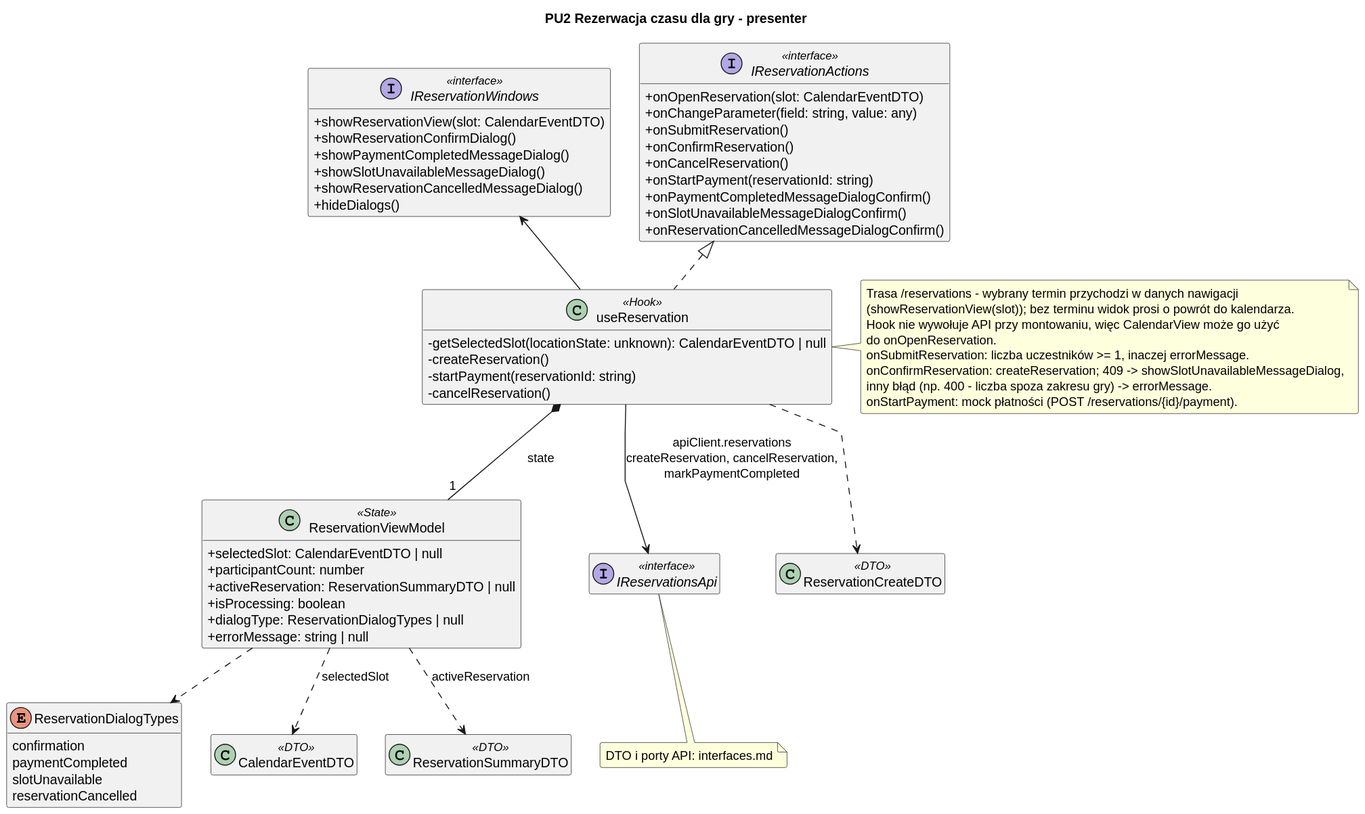
Igor-Ochocki/POP-2026Z keeps this PlantUML diagram as diagrams/frontend/rendered/reservation-presenter.svg. Above is the earlier version. Source of this version:
```plantuml
@startuml
skinparam classAttributeIconSize 0
skinparam packageStyle rectangle
skinparam shadowing false
skinparam roundcorner 4
skinparam linetype polyline
skinparam nodesep 30
skinparam ranksep 40
hide empty members

title PU2 Rezerwacja czasu dla gry - presenter

interface IReservationActions <<interface>> {
    + onOpenReservation(slot: CalendarEventDTO)
    + onChangeParameter(field: string, value: any)
    + onSubmitReservation()
    + onConfirmReservation()
    + onCancelReservation()
    + onStartPayment(reservationId: string)
    + onPaymentCompletedMessageDialogConfirm()
    + onSlotUnavailableMessageDialogConfirm()
    + onReservationCancelledMessageDialogConfirm()
}

interface IReservationWindows <<interface>> {
    + showReservationView(slot: CalendarEventDTO)
    + showReservationConfirmDialog()
    + showPaymentCompletedMessageDialog()
    + showSlotUnavailableMessageDialog()
    + showReservationCancelledMessageDialog()
    + hideDialogs()
}

class useReservation <<Hook>> {
    - getSelectedSlot(locationState: unknown): CalendarEventDTO | null
    - createReservation()
    - startPayment(reservationId: string)
    - cancelReservation()
}

class ReservationViewModel <<State>> {
    + selectedSlot: CalendarEventDTO | null
    + participantCount: number
    + activeReservation: ReservationSummaryDTO | null
    + isProcessing: boolean
    + dialogType: ReservationDialogTypes | null
    + errorMessage: string | null
}

enum ReservationDialogTypes {
    confirmation
    paymentCompleted
    slotUnavailable
    reservationCancelled
}

interface IReservationsApi <<interface>>
class CalendarEventDTO <<DTO>>
class ReservationSummaryDTO <<DTO>>
class ReservationCreateDTO <<DTO>>

useReservation .u.|> IReservationActions
useReservation -u-> IReservationWindows
useReservation *-- "1" ReservationViewModel : state
ReservationViewModel ..> ReservationDialogTypes
ReservationViewModel ..> CalendarEventDTO : selectedSlot
ReservationViewModel ..> ReservationSummaryDTO : activeReservation
useReservation ..> ReservationCreateDTO
useReservation --> IReservationsApi : apiClient.reservations\ncreateReservation, cancelReservation,\nmarkPaymentCompleted

note right of useReservation
    Trasa /reservations - wybrany termin przychodzi w danych nawigacji
    (showReservationView(slot)); bez terminu widok prosi o powrót do kalendarza.
    Hook nie wywołuje API przy montowaniu, więc CalendarView może go użyć
    do onOpenReservation.
    onSubmitReservation: liczba uczestników >= 1, inaczej errorMessage.
    onConfirmReservation: createReservation; 409 -> showSlotUnavailableMessageDialog,
    inny błąd (np. 400 - liczba spoza zakresu gry) -> errorMessage.
    onStartPayment: mock płatności (POST /reservations/{id}/payment).
end note

note bottom of IReservationsApi
    DTO i porty API: interfaces.md
end note
@enduml
```
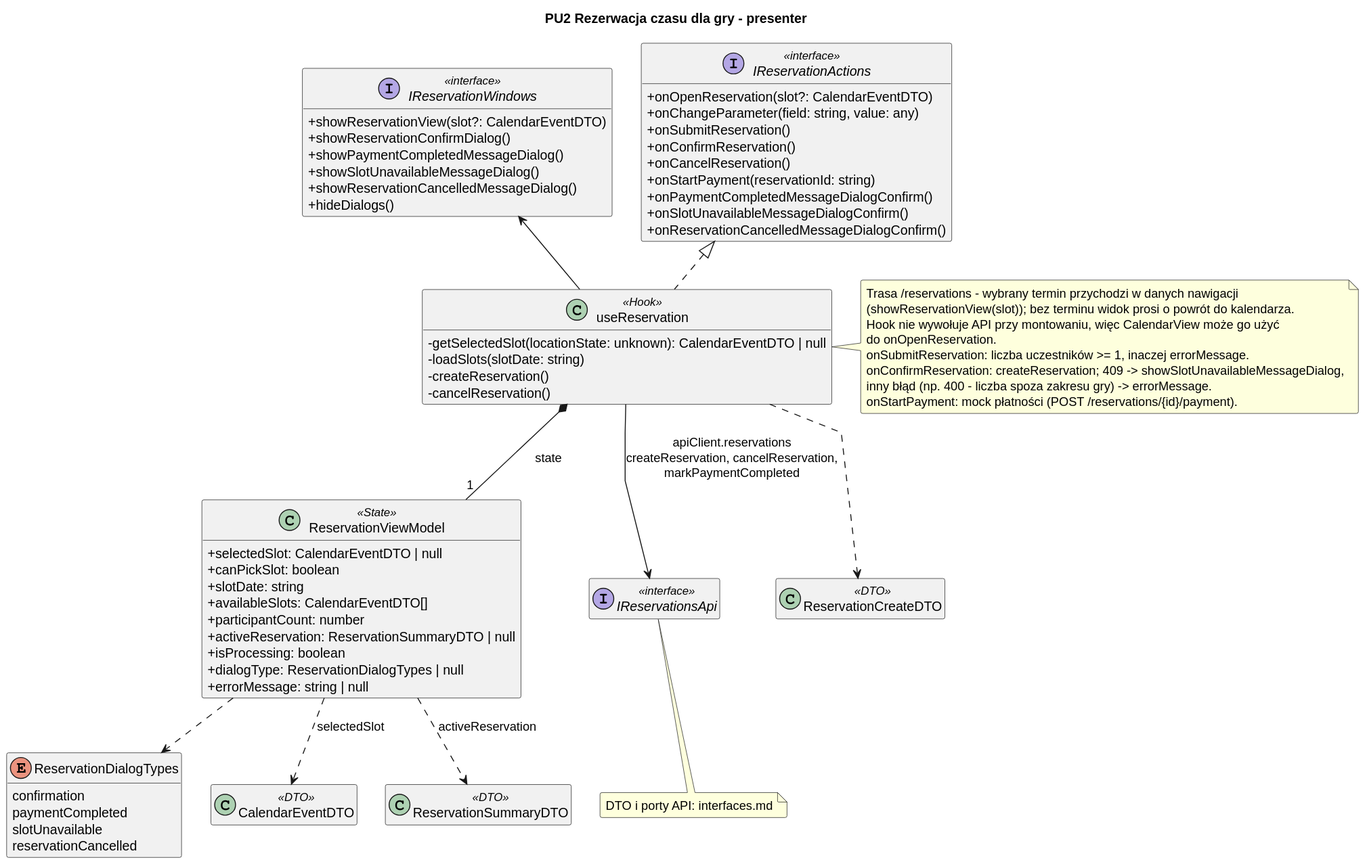
Later version of the same file.

What changed in the source:
```diff
@@ -11,7 +11,7 @@
 title PU2 Rezerwacja czasu dla gry - presenter
 
 interface IReservationActions <<interface>> {
-    + onOpenReservation(slot: CalendarEventDTO)
+    + onOpenReservation(slot?: CalendarEventDTO)
     + onChangeParameter(field: string, value: any)
     + onSubmitReservation()
     + onConfirmReservation()
@@ -23,7 +23,7 @@
 }
 
 interface IReservationWindows <<interface>> {
-    + showReservationView(slot: CalendarEventDTO)
+    + showReservationView(slot?: CalendarEventDTO)
     + showReservationConfirmDialog()
     + showPaymentCompletedMessageDialog()
     + showSlotUnavailableMessageDialog()
@@ -33,13 +33,16 @@
 
 class useReservation <<Hook>> {
     - getSelectedSlot(locationState: unknown): CalendarEventDTO | null
+    - loadSlots(slotDate: string)
     - createReservation()
-    - startPayment(reservationId: string)
     - cancelReservation()
 }
 
 class ReservationViewModel <<State>> {
     + selectedSlot: CalendarEventDTO | null
+    + canPickSlot: boolean
+    + slotDate: string
+    + availableSlots: CalendarEventDTO[]
     + participantCount: number
     + activeReservation: ReservationSummaryDTO | null
     + isProcessing: boolean
```
